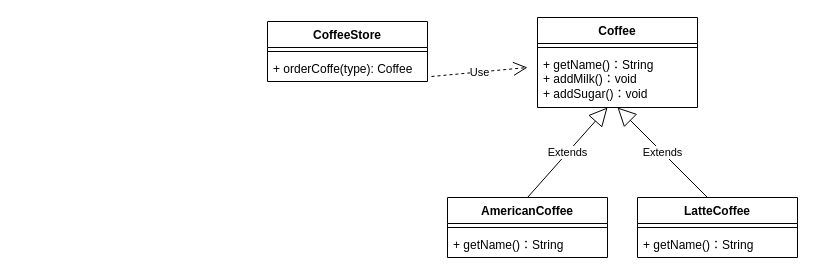
Before: design/简单工厂模式.drawio in dzghahaha/mind-resp, a draw.io diagram. Source tidied: cells renumbered, new cells numbered last; positions are measured from the earlier drawing's top-left corner, leaving out a move shared by most shapes. Both pictures are drawn from the tidied source at 100%, with x=0, y=0 at pixel (267, 17).
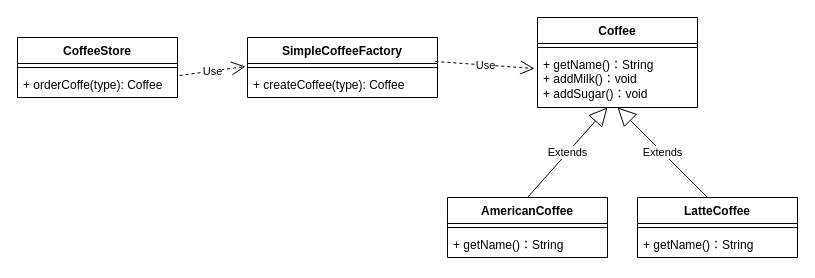
The same page after the edit.

Commit message (it also covers changes not shown here):
更新简单工厂模式.drawio

The change refers to these unchanged cells:
```xml
<mxCell id="4" value="+ getName()：String&lt;br&gt;+ addMilk()：void&lt;br&gt;+ addSugar()：void" style="text;strokeColor=none;fillColor=none;align=left;verticalAlign=top;spacingLeft=4;spacingRight=4;overflow=hidden;points=[[0,0.5],[1,0.5]];portConstraint=eastwest;whiteSpace=wrap;html=1;" parent="2" vertex="1">
  <mxGeometry y="34" width="160" height="56" as="geometry" />
</mxCell>
<mxCell id="15" value="+ orderCoffe(type): Coffee" style="text;strokeColor=none;fillColor=none;align=left;verticalAlign=top;spacingLeft=4;spacingRight=4;overflow=hidden;points=[[0,0.5],[1,0.5]];portConstraint=eastwest;whiteSpace=wrap;html=1;" parent="13" vertex="1">
  <mxGeometry y="34" width="160" height="26" as="geometry" />
</mxCell>
```

The edit, as a diff of the source:
```diff
@@
     <mxCell id="13" value="CoffeeStore&lt;br&gt;" style="swimlane;fontStyle=1;align=center;verticalAlign=top;horizontal=1;startSize=26;whiteSpace=wrap;html=1;" parent="1" vertex="1">
-      <mxGeometry y="4" width="160" height="60" as="geometry" />
+      <mxGeometry x="-250" y="20" width="160" height="60" as="geometry" />
     </mxCell>
@@
-    <mxCell id="16" value="Use" style="endArrow=open;endSize=12;dashed=1;html=1;rounded=0;exitX=1.025;exitY=1.115;exitDx=0;exitDy=0;exitPerimeter=0;" parent="1" edge="1">
-      <mxGeometry relative="1" as="geometry">
-        <mxPoint x="164" y="59" as="sourcePoint" />
-        <mxPoint x="260" y="50" as="targetPoint" />
-      </mxGeometry>
+    <mxCell id="16" value="Use" style="endArrow=open;endSize=12;dashed=1;html=1;rounded=0;exitX=1.013;exitY=0.154;exitDx=0;exitDy=0;exitPerimeter=0;entryX=-0.011;entryY=-0.192;entryDx=0;entryDy=0;entryPerimeter=0;" parent="1" edge="1" source="15" target="19">
+      <mxGeometry relative="1" as="geometry" />
     </mxCell>
+    <mxCell id="17" value="SimpleCoffeeFactory&lt;br&gt;" style="swimlane;fontStyle=1;align=center;verticalAlign=top;horizontal=1;startSize=26;whiteSpace=wrap;html=1;" parent="1" vertex="1">
+      <mxGeometry x="-20" y="20" width="190" height="60" as="geometry" />
+    </mxCell>
+    <mxCell id="18" style="line;strokeWidth=1;fillColor=none;align=left;verticalAlign=middle;spacingTop=-1;spacingLeft=3;spacingRight=3;labelPosition=right;strokeColor=inherit;" parent="17" vertex="1">
+      <mxGeometry y="26" width="190" height="8" as="geometry" />
+    </mxCell>
+    <mxCell id="19" value="+ createCoffee(type): Coffee" style="text;strokeColor=none;fillColor=none;align=left;verticalAlign=top;spacingLeft=4;spacingRight=4;overflow=hidden;points=[[0,0.5],[1,0.5]];portConstraint=eastwest;whiteSpace=wrap;html=1;" parent="17" vertex="1">
+      <mxGeometry y="34" width="190" height="26" as="geometry" />
+    </mxCell>
+    <mxCell id="20" value="Use" style="endArrow=open;endSize=12;dashed=1;html=1;rounded=0;exitX=0.989;exitY=0.4;exitDx=0;exitDy=0;exitPerimeter=0;entryX=-0.019;entryY=0.304;entryDx=0;entryDy=0;entryPerimeter=0;" parent="1" edge="1" source="17" target="4">
+      <mxGeometry relative="1" as="geometry" />
+    </mxCell>
```
